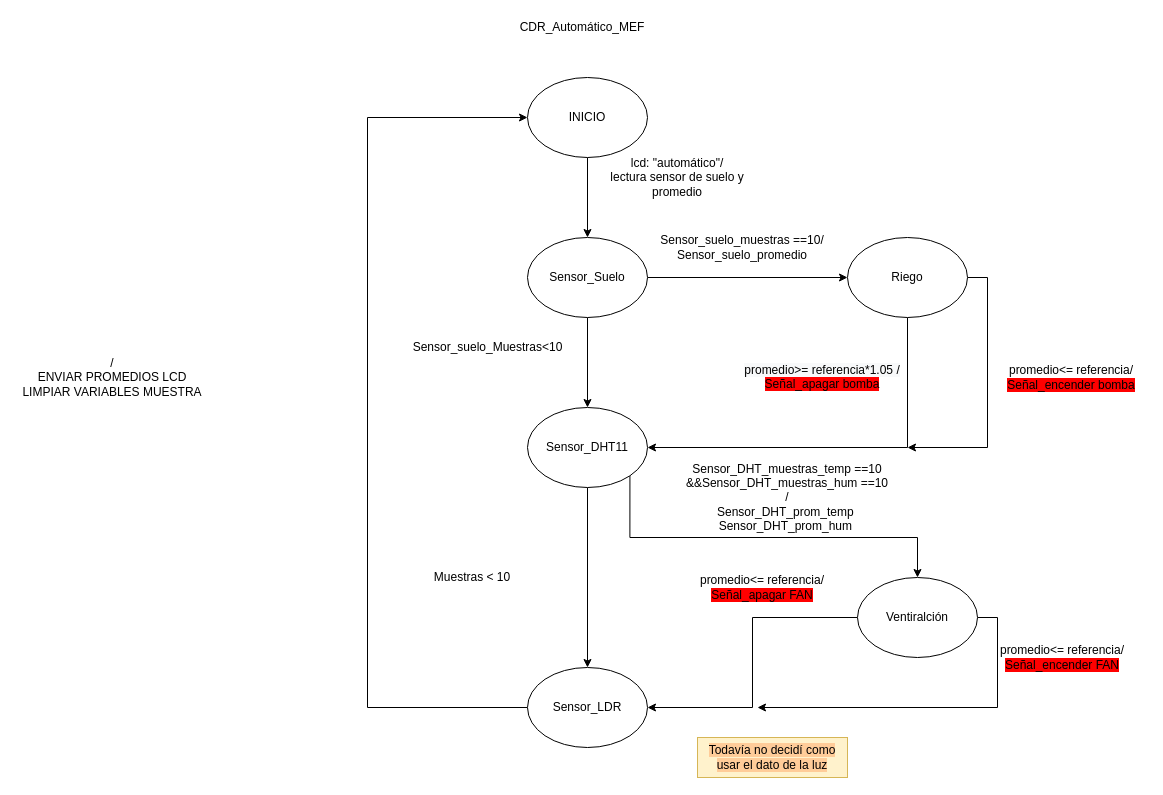
This is page "Automático" (2 of 3) of _CDR_MEF_principal.drawio from marquinho94/CDRfacu, a draw.io file, before an edit. Source tidied: cells renumbered, new cells numbered last; positions are measured from the earlier drawing's top-left corner, leaving out a move shared by most shapes. Both pictures are drawn from the tidied source at 100%, with x=0, y=0 at pixel (17, 17).
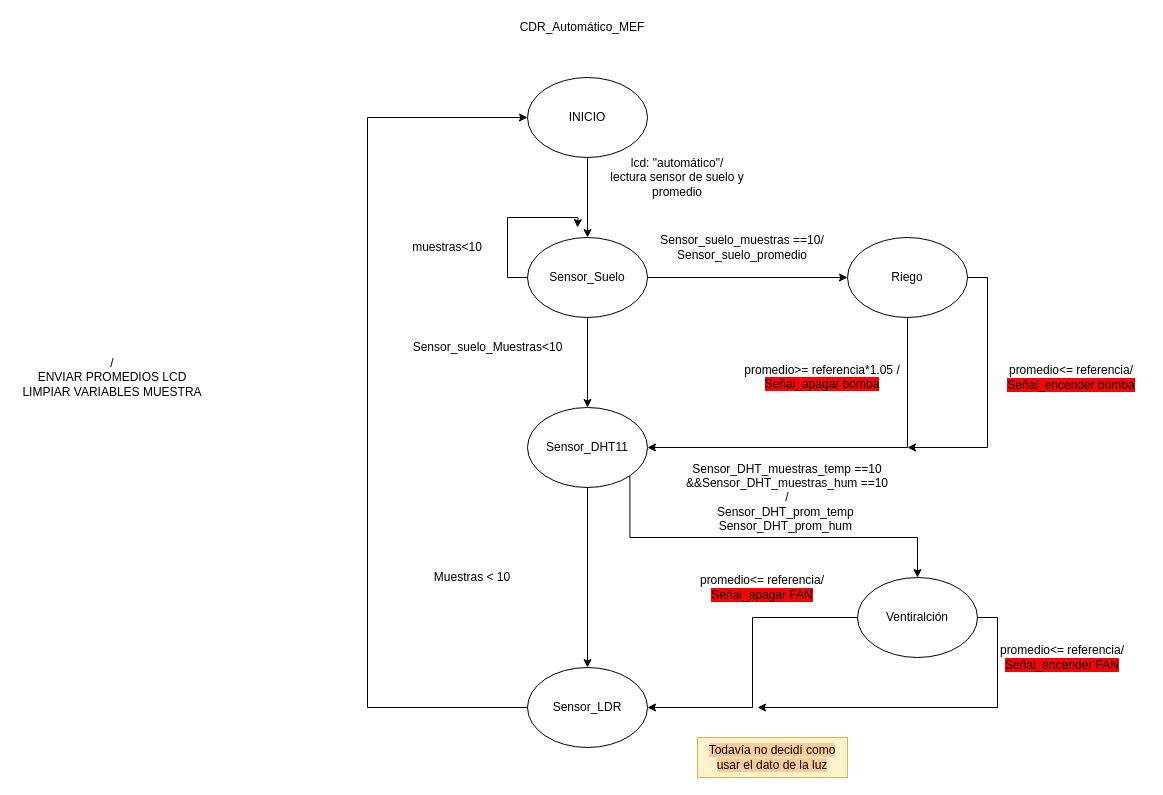
The same diagram, later.

Unchanged cells that the change refers to:
```xml
<mxCell id="6" value="Sensor_Suelo" style="ellipse;whiteSpace=wrap;html=1;" parent="1" vertex="1">
  <mxGeometry x="510" y="220" width="120" height="80" as="geometry" />
</mxCell>
```

Diff of the diagram source:
```diff
@@
+    <mxCell id="30" style="edgeStyle=orthogonalEdgeStyle;rounded=0;jettySize=auto;html=1;exitX=0;exitY=0.5;exitDx=0;exitDy=0;fontSize=18;" parent="1" edge="1" source="6">
+      <mxGeometry relative="1" as="geometry">
+        <mxPoint x="560" y="210" as="targetPoint" />
+      </mxGeometry>
+    </mxCell>
@@
+    <mxCell id="31" value="muestras&amp;lt;10" style="text;html=1;strokeColor=none;fillColor=none;align=center;verticalAlign=middle;whiteSpace=wrap;rounded=0;fontSize=12;" parent="1" vertex="1">
+      <mxGeometry x="410" y="220" width="40" height="20" as="geometry" />
+    </mxCell>
```
